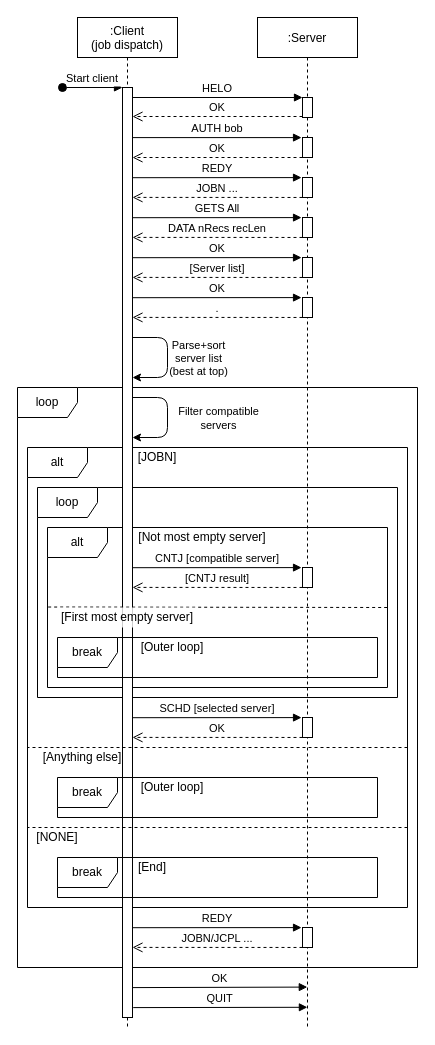
This is COMP3100 Stage1.drawio from Shadoweagle7/COMP3100-Project, a draw.io file, before an edit. Source tidied: cells renumbered, new cells numbered last; positions are measured from the earlier drawing's top-left corner, leaving out a move shared by most shapes. Both pictures are drawn from the tidied source at 100%, with x=0, y=0 at pixel (17, 17).
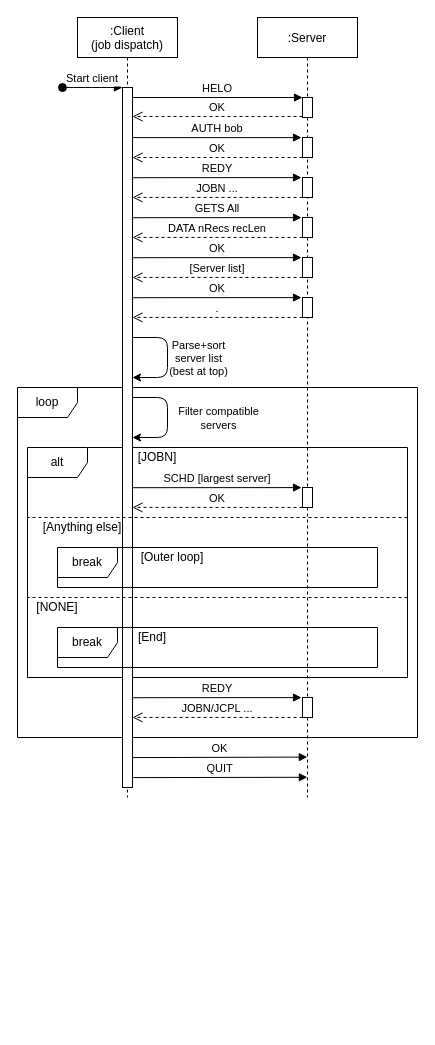
The same page after the edit.

Commit message (it also covers changes not shown here):
Updated diagram to represent less good algorithm

The edit, as a diff of the source:
```diff
@@
     <mxCell id="2" value="loop" style="shape=umlFrame;whiteSpace=wrap;html=1;" parent="1" vertex="1">
-      <mxGeometry y="370" width="400" height="580" as="geometry" />
+      <mxGeometry y="370" width="400" height="350" as="geometry" />
     </mxCell>
     <mxCell id="3" value="alt" style="shape=umlFrame;whiteSpace=wrap;html=1;" parent="1" vertex="1">
-      <mxGeometry x="10" y="430" width="380" height="460" as="geometry" />
+      <mxGeometry x="10" y="430" width="380" height="230" as="geometry" />
     </mxCell>
-    <mxCell id="4" value="loop" style="shape=umlFrame;whiteSpace=wrap;html=1;" parent="1" vertex="1">
-      <mxGeometry x="20" y="470" width="360" height="210" as="geometry" />
-    </mxCell>
-    <mxCell id="5" value="alt" style="shape=umlFrame;whiteSpace=wrap;html=1;" parent="1" vertex="1">
-      <mxGeometry x="30" y="510" width="340" height="160" as="geometry" />
-    </mxCell>
     <mxCell id="6" value=":Client&#10;(job dispatch)" style="shape=umlLifeline;perimeter=lifelinePerimeter;rounded=0;shadow=0;strokeWidth=1;" parent="1" vertex="1">
-      <mxGeometry x="60" width="100" height="1010" as="geometry" />
+      <mxGeometry x="60" width="100" height="780" as="geometry" />
     </mxCell>
     <mxCell id="7" style="points=[];perimeter=orthogonalPerimeter;rounded=0;shadow=0;strokeWidth=1;" parent="6" vertex="1">
-      <mxGeometry x="45" y="70" width="10" height="930" as="geometry" />
+      <mxGeometry x="45" y="70" width="10" height="700" as="geometry" />
     </mxCell>
@@
     <mxCell id="11" value=":Server" style="shape=umlLifeline;perimeter=lifelinePerimeter;rounded=0;shadow=0;strokeWidth=1;" parent="1" vertex="1">
-      <mxGeometry x="240" width="100" height="1010" as="geometry" />
+      <mxGeometry x="240" width="100" height="780" as="geometry" />
     </mxCell>
@@
-    <mxCell id="25" style="points=[];perimeter=orthogonalPerimeter;rounded=0;shadow=0;strokeWidth=1;" parent="11" vertex="1">
-      <mxGeometry x="45" y="550" width="10" height="20" as="geometry" />
-    </mxCell>
-    <mxCell id="26" value="[CNTJ result]" style="verticalAlign=bottom;endArrow=open;dashed=1;endSize=8;exitX=-0.001;exitY=0.998;shadow=0;strokeWidth=1;exitDx=0;exitDy=0;exitPerimeter=0;entryX=1;entryY=0.368;entryDx=0;entryDy=0;entryPerimeter=0;" parent="11" edge="1" source="25">
-      <mxGeometry relative="1" as="geometry">
-        <mxPoint x="-125" y="569.9" as="targetPoint" />
-      </mxGeometry>
-    </mxCell>
-    <mxCell id="27" value="CNTJ [compatible server]" style="verticalAlign=bottom;endArrow=block;shadow=0;strokeWidth=1;exitX=1;exitY=0.264;exitDx=0;exitDy=0;exitPerimeter=0;entryX=-0.097;entryY=0.005;entryDx=0;entryDy=0;entryPerimeter=0;" parent="11" edge="1" target="25">
-      <mxGeometry relative="1" as="geometry">
-        <mxPoint x="-125" y="550.2" as="sourcePoint" />
-      </mxGeometry>
-    </mxCell>
     <mxCell id="28" style="points=[];perimeter=orthogonalPerimeter;rounded=0;shadow=0;strokeWidth=1;" parent="11" vertex="1">
-      <mxGeometry x="45" y="700" width="10" height="20" as="geometry" />
+      <mxGeometry x="45" y="470" width="10" height="20" as="geometry" />
     </mxCell>
     <mxCell id="29" value="OK" style="verticalAlign=bottom;endArrow=open;dashed=1;endSize=8;exitX=-0.001;exitY=0.998;shadow=0;strokeWidth=1;exitDx=0;exitDy=0;exitPerimeter=0;entryX=1;entryY=0.368;entryDx=0;entryDy=0;entryPerimeter=0;" parent="11" edge="1" source="28">
       <mxGeometry relative="1" as="geometry">
-        <mxPoint x="-125" y="719.9" as="targetPoint" />
+        <mxPoint x="-125" y="489.9" as="targetPoint" />
       </mxGeometry>
     </mxCell>
-    <mxCell id="30" value="SCHD [selected server]" style="verticalAlign=bottom;endArrow=block;shadow=0;strokeWidth=1;exitX=1;exitY=0.264;exitDx=0;exitDy=0;exitPerimeter=0;entryX=-0.097;entryY=0.005;entryDx=0;entryDy=0;entryPerimeter=0;" parent="11" edge="1" target="28">
+    <mxCell id="30" value="SCHD [largest server]" style="verticalAlign=bottom;endArrow=block;shadow=0;strokeWidth=1;exitX=1;exitY=0.264;exitDx=0;exitDy=0;exitPerimeter=0;entryX=-0.097;entryY=0.005;entryDx=0;entryDy=0;entryPerimeter=0;" parent="11" edge="1" target="28">
       <mxGeometry relative="1" as="geometry">
-        <mxPoint x="-125" y="700.2" as="sourcePoint" />
+        <mxPoint x="-125" y="470.2" as="sourcePoint" />
       </mxGeometry>
     </mxCell>
     <mxCell id="31" value="JOBN/JCPL ..." style="verticalAlign=bottom;endArrow=open;dashed=1;endSize=8;exitX=-0.001;exitY=0.998;shadow=0;strokeWidth=1;exitDx=0;exitDy=0;exitPerimeter=0;entryX=1;entryY=0.368;entryDx=0;entryDy=0;entryPerimeter=0;" parent="11" edge="1" source="33">
       <mxGeometry relative="1" as="geometry">
-        <mxPoint x="-125" y="929.9" as="targetPoint" />
+        <mxPoint x="-125" y="699.9" as="targetPoint" />
       </mxGeometry>
     </mxCell>
     <mxCell id="32" value="REDY" style="verticalAlign=bottom;endArrow=block;shadow=0;strokeWidth=1;exitX=1;exitY=0.264;exitDx=0;exitDy=0;exitPerimeter=0;entryX=-0.097;entryY=0.005;entryDx=0;entryDy=0;entryPerimeter=0;" parent="11" edge="1" target="33">
       <mxGeometry relative="1" as="geometry">
-        <mxPoint x="-125" y="910.2" as="sourcePoint" />
+        <mxPoint x="-125" y="680.2" as="sourcePoint" />
       </mxGeometry>
     </mxCell>
     <mxCell id="33" style="points=[];perimeter=orthogonalPerimeter;rounded=0;shadow=0;strokeWidth=1;" parent="11" vertex="1">
-      <mxGeometry x="45" y="910" width="10" height="20" as="geometry" />
+      <mxGeometry x="45" y="680" width="10" height="20" as="geometry" />
     </mxCell>
@@
-    <mxCell id="41" value="OK" style="verticalAlign=bottom;endArrow=block;shadow=0;strokeWidth=1;exitX=1;exitY=0.264;exitDx=0;exitDy=0;exitPerimeter=0;entryX=0.498;entryY=0.96;entryDx=0;entryDy=0;entryPerimeter=0;" parent="1" edge="1" target="11">
+    <mxCell id="41" value="OK" style="verticalAlign=bottom;endArrow=block;shadow=0;strokeWidth=1;exitX=1;exitY=0.264;exitDx=0;exitDy=0;exitPerimeter=0;entryX=0.498;entryY=0.96;entryDx=0;entryDy=0;entryPerimeter=0;" parent="1" edge="1">
       <mxGeometry relative="1" as="geometry">
-        <mxPoint x="115.5" y="970.1" as="sourcePoint" />
+        <mxPoint x="115.5" y="740.1" as="sourcePoint" />
+        <mxPoint x="289.8" y="739.6" as="targetPoint" />
       </mxGeometry>
     </mxCell>
-    <mxCell id="42" value="QUIT" style="verticalAlign=bottom;endArrow=block;shadow=0;strokeWidth=1;exitX=1;exitY=0.264;exitDx=0;exitDy=0;exitPerimeter=0;entryX=0.499;entryY=0.98;entryDx=0;entryDy=0;entryPerimeter=0;" parent="1" edge="1" target="11">
+    <mxCell id="42" value="QUIT" style="verticalAlign=bottom;endArrow=block;shadow=0;strokeWidth=1;exitX=1;exitY=0.264;exitDx=0;exitDy=0;exitPerimeter=0;entryX=0.499;entryY=0.98;entryDx=0;entryDy=0;entryPerimeter=0;" parent="1" edge="1">
       <mxGeometry relative="1" as="geometry">
-        <mxPoint x="115.7" y="990.1" as="sourcePoint" />
+        <mxPoint x="115.7" y="760.1" as="sourcePoint" />
+        <mxPoint x="289.9" y="759.8" as="targetPoint" />
       </mxGeometry>
     </mxCell>
-    <mxCell id="43" value="[Not most empty server]" style="text;html=1;strokeColor=none;fillColor=none;align=center;verticalAlign=middle;whiteSpace=wrap;rounded=0;" parent="1" vertex="1">
-      <mxGeometry x="120" y="510" width="130" height="20" as="geometry" />
-    </mxCell>
-    <mxCell id="44" style="endArrow=none;dashed=1;html=1;exitX=0.999;exitY=0.5;exitDx=0;exitDy=0;exitPerimeter=0;entryX=-0.004;entryY=0.497;entryDx=0;entryDy=0;entryPerimeter=0;" parent="1" edge="1" source="5" target="5">
-      <mxGeometry relative="1" as="geometry" />
-    </mxCell>
-    <mxCell id="45" value="break" style="shape=umlFrame;whiteSpace=wrap;html=1;" parent="1" vertex="1">
-      <mxGeometry x="40" y="620" width="320" height="40" as="geometry" />
-    </mxCell>
-    <mxCell id="46" value="[First most empty server]" style="text;html=1;align=center;verticalAlign=middle;whiteSpace=wrap;rounded=0;fillColor=#ffffff;opacity=80;" parent="1" vertex="1">
-      <mxGeometry x="40" y="590" width="140" height="20" as="geometry" />
-    </mxCell>
-    <mxCell id="47" value="[Outer loop]" style="text;html=1;strokeColor=none;fillColor=none;align=center;verticalAlign=middle;whiteSpace=wrap;rounded=0;" parent="1" vertex="1">
-      <mxGeometry x="120" y="620" width="70" height="20" as="geometry" />
-    </mxCell>
     <mxCell id="48" style="endArrow=none;dashed=1;html=1;entryX=-0.004;entryY=0.497;entryDx=0;entryDy=0;entryPerimeter=0;" parent="1" edge="1">
       <mxGeometry relative="1" as="geometry">
-        <mxPoint x="390" y="810" as="sourcePoint" />
-        <mxPoint x="10" y="810" as="targetPoint" />
+        <mxPoint x="390" y="580" as="sourcePoint" />
+        <mxPoint x="10" y="580" as="targetPoint" />
       </mxGeometry>
     </mxCell>
@@
     <mxCell id="50" value="[NONE]" style="text;html=1;strokeColor=none;fillColor=none;align=center;verticalAlign=middle;whiteSpace=wrap;rounded=0;" parent="1" vertex="1">
-      <mxGeometry x="20" y="810" width="40" height="20" as="geometry" />
+      <mxGeometry x="20" y="580" width="40" height="20" as="geometry" />
     </mxCell>
     <mxCell id="51" value="break" style="shape=umlFrame;whiteSpace=wrap;html=1;" parent="1" vertex="1">
-      <mxGeometry x="40" y="840" width="320" height="40" as="geometry" />
+      <mxGeometry x="40" y="610" width="320" height="40" as="geometry" />
     </mxCell>
     <mxCell id="52" value="[End]" style="text;html=1;strokeColor=none;fillColor=none;align=center;verticalAlign=middle;whiteSpace=wrap;rounded=0;" parent="1" vertex="1">
-      <mxGeometry x="120" y="840" width="30" height="20" as="geometry" />
+      <mxGeometry x="120" y="610" width="30" height="20" as="geometry" />
     </mxCell>
     <mxCell id="53" style="endArrow=none;dashed=1;html=1;entryX=-0.004;entryY=0.497;entryDx=0;entryDy=0;entryPerimeter=0;" parent="1" edge="1">
       <mxGeometry relative="1" as="geometry">
-        <mxPoint x="390" y="730" as="sourcePoint" />
-        <mxPoint x="10" y="730" as="targetPoint" />
+        <mxPoint x="390" y="500" as="sourcePoint" />
+        <mxPoint x="10" y="500" as="targetPoint" />
       </mxGeometry>
     </mxCell>
     <mxCell id="54" value="[Anything else]" style="text;html=1;strokeColor=none;fillColor=none;align=center;verticalAlign=middle;whiteSpace=wrap;rounded=0;" parent="1" vertex="1">
-      <mxGeometry x="20" y="730" width="90" height="20" as="geometry" />
+      <mxGeometry x="20" y="500" width="90" height="20" as="geometry" />
     </mxCell>
     <mxCell id="55" value="break" style="shape=umlFrame;whiteSpace=wrap;html=1;" parent="1" vertex="1">
-      <mxGeometry x="40" y="760" width="320" height="40" as="geometry" />
+      <mxGeometry x="40" y="530" width="320" height="40" as="geometry" />
     </mxCell>
     <mxCell id="56" value="[Outer loop]" style="text;html=1;strokeColor=none;fillColor=none;align=center;verticalAlign=middle;whiteSpace=wrap;rounded=0;" parent="1" vertex="1">
-      <mxGeometry x="120" y="760" width="70" height="20" as="geometry" />
+      <mxGeometry x="120" y="530" width="70" height="20" as="geometry" />
     </mxCell>
```
